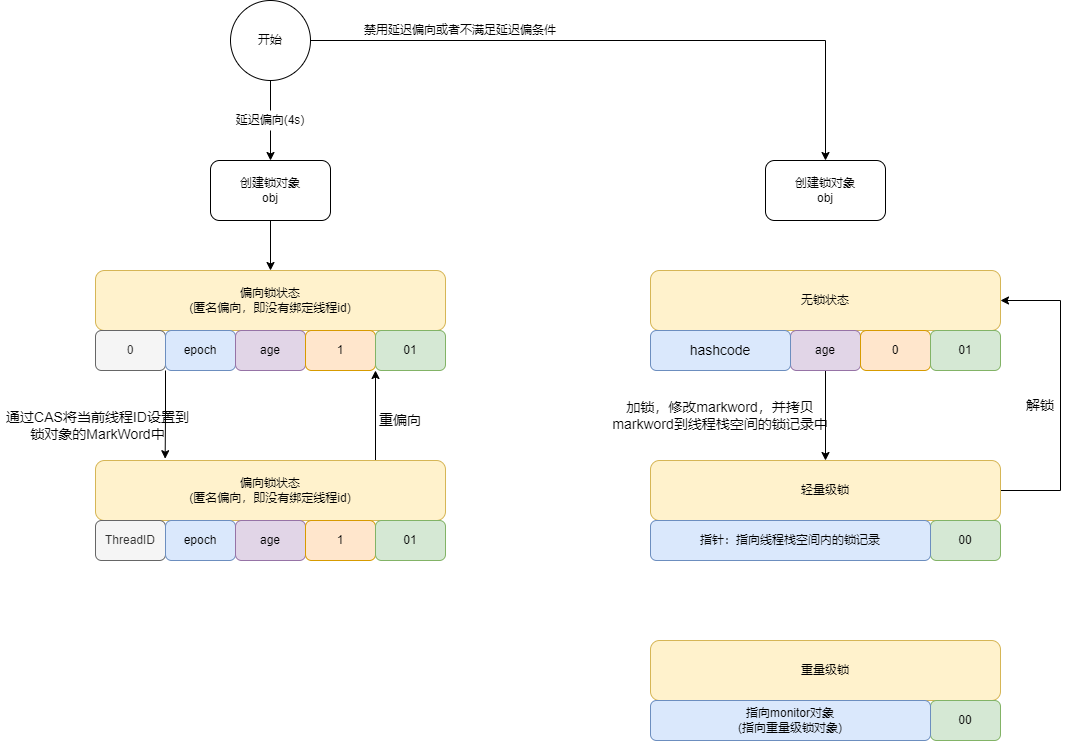
Above: 多线程与高并发/synchronized.png in LePeitiPrince/note-picture (draw.io), before the change. Source tidied: cells renumbered, new cells last; positions are measured from the earlier drawing's top-left corner, leaving out a move shared by most shapes.
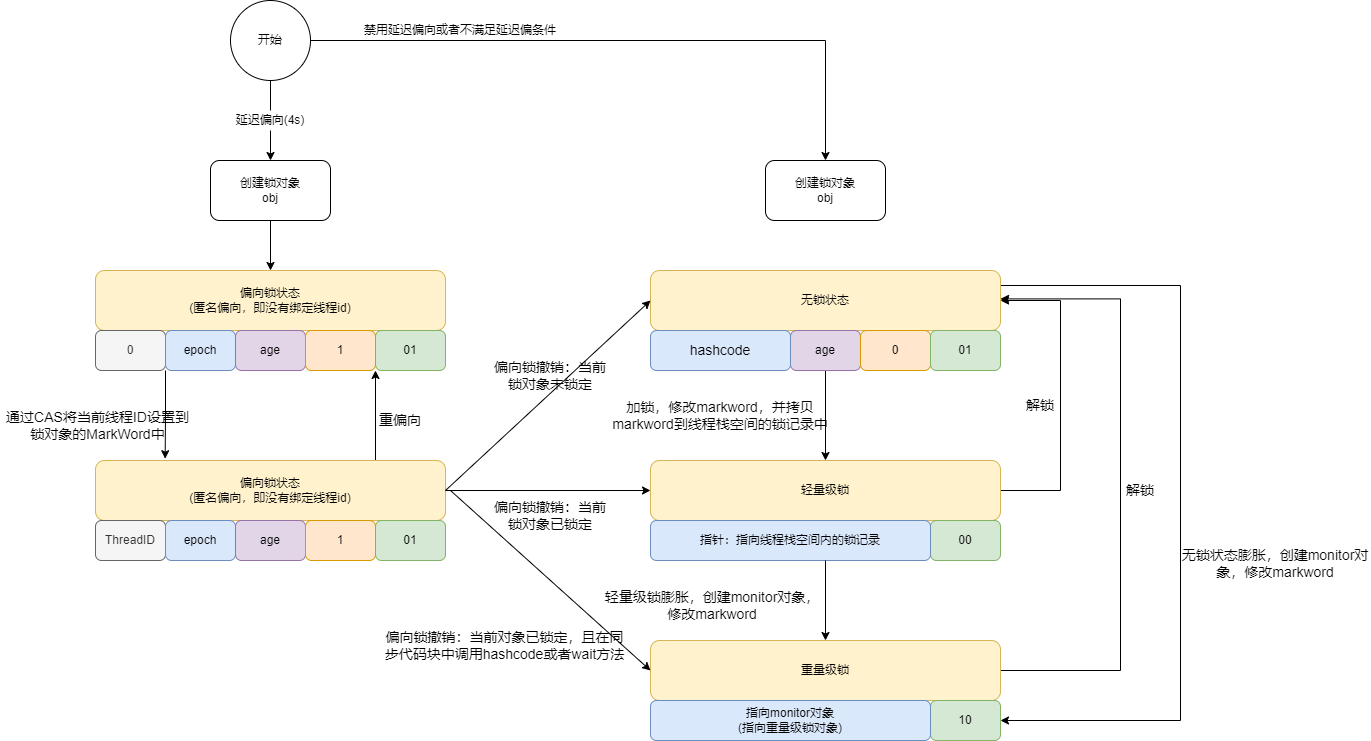
After the change.

Diff of the diagram source:
```diff
@@ -55,6 +55,14 @@
     <mxCell id="18" value="01" style="rounded=1;whiteSpace=wrap;html=1;fillColor=#d5e8d4;strokeColor=#82b366;" parent="1" vertex="1">
       <mxGeometry x="375" y="330" width="70" height="40" as="geometry" />
     </mxCell>
+    <mxCell id="42" style="edgeStyle=orthogonalEdgeStyle;rounded=0;jettySize=auto;html=1;exitX=1;exitY=0.25;exitDx=0;exitDy=0;entryX=1;entryY=0.5;entryDx=0;entryDy=0;fontSize=14;startArrow=none;startFill=0;endArrow=classic;endFill=1;" parent="1" edge="1" source="19" target="40">
+      <mxGeometry relative="1" as="geometry">
+        <Array as="points">
+          <mxPoint x="1180" y="285" />
+          <mxPoint x="1180" y="720" />
+        </Array>
+      </mxGeometry>
+    </mxCell>
     <mxCell id="19" value="无锁状态" style="rounded=1;whiteSpace=wrap;html=1;fillColor=#fff2cc;strokeColor=#d6b656;" parent="1" vertex="1">
       <mxGeometry x="650" y="270" width="350" height="60" as="geometry" />
     </mxCell>
@@ -120,14 +128,57 @@
     <mxCell id="38" value="解锁" style="text;html=1;strokeColor=none;fillColor=none;align=center;verticalAlign=middle;whiteSpace=wrap;rounded=0;fontSize=14;" parent="1" vertex="1">
       <mxGeometry x="1010" y="390" width="60" height="30" as="geometry" />
     </mxCell>
+    <mxCell id="43" style="edgeStyle=orthogonalEdgeStyle;rounded=0;jettySize=auto;html=1;exitX=0.5;exitY=0;exitDx=0;exitDy=0;entryX=0.625;entryY=1;entryDx=0;entryDy=0;entryPerimeter=0;fontSize=14;startArrow=classic;startFill=1;endArrow=none;endFill=0;" parent="1" edge="1" source="39" target="36">
+      <mxGeometry relative="1" as="geometry" />
+    </mxCell>
+    <mxCell id="44" style="edgeStyle=orthogonalEdgeStyle;rounded=0;jettySize=auto;html=1;exitX=1;exitY=0.5;exitDx=0;exitDy=0;fontSize=14;startArrow=none;startFill=0;endArrow=classic;endFill=1;" parent="1" edge="1" source="39">
+      <mxGeometry relative="1" as="geometry">
+        <mxPoint x="1000" y="298.4" as="targetPoint" />
+        <Array as="points">
+          <mxPoint x="1120" y="670" />
+          <mxPoint x="1120" y="298" />
+        </Array>
+      </mxGeometry>
+    </mxCell>
     <mxCell id="39" value="重量级锁" style="rounded=1;whiteSpace=wrap;html=1;fillColor=#fff2cc;strokeColor=#d6b656;" parent="1" vertex="1">
       <mxGeometry x="650" y="640" width="350" height="60" as="geometry" />
     </mxCell>
-    <mxCell id="40" value="00" style="rounded=1;whiteSpace=wrap;html=1;fillColor=#d5e8d4;strokeColor=#82b366;" parent="1" vertex="1">
+    <mxCell id="40" value="10" style="rounded=1;whiteSpace=wrap;html=1;fillColor=#d5e8d4;strokeColor=#82b366;" parent="1" vertex="1">
       <mxGeometry x="930" y="700" width="70" height="40" as="geometry" />
     </mxCell>
     <mxCell id="41" value="指向monitor对象&lt;br&gt;(指向重量级锁对象)" style="rounded=1;whiteSpace=wrap;html=1;fillColor=#dae8fc;strokeColor=#6c8ebf;" parent="1" vertex="1">
       <mxGeometry x="650" y="700" width="280" height="40" as="geometry" />
     </mxCell>
+    <mxCell id="45" value="&lt;font style=&quot;font-size: 14px&quot;&gt;轻量级锁膨胀，创建monitor对象，修改markword&lt;/font&gt;" style="text;html=1;strokeColor=none;fillColor=none;align=center;verticalAlign=middle;whiteSpace=wrap;rounded=0;" parent="1" vertex="1">
+      <mxGeometry x="601.2" y="590" width="222" height="30" as="geometry" />
+    </mxCell>
+    <mxCell id="46" value="解锁" style="text;html=1;strokeColor=none;fillColor=none;align=center;verticalAlign=middle;whiteSpace=wrap;rounded=0;fontSize=14;" parent="1" vertex="1">
+      <mxGeometry x="1110" y="475" width="60" height="30" as="geometry" />
+    </mxCell>
+    <mxCell id="47" value="无锁状态膨胀，创建monitor对象，修改markword" style="text;html=1;strokeColor=none;fillColor=none;align=center;verticalAlign=middle;whiteSpace=wrap;rounded=0;fontSize=14;" parent="1" vertex="1">
+      <mxGeometry x="1180" y="545" width="190" height="35" as="geometry" />
+    </mxCell>
+    <mxCell id="48" style="endArrow=classic;html=1;rounded=0;fontSize=14;entryX=0;entryY=0.5;entryDx=0;entryDy=0;" parent="1" edge="1" target="19">
+      <mxGeometry relative="1" as="geometry">
+        <mxPoint x="445" y="490" as="sourcePoint" />
+      </mxGeometry>
+    </mxCell>
+    <mxCell id="49" value="偏向锁撤销：当前锁对象未锁定" style="text;html=1;strokeColor=none;fillColor=none;align=center;verticalAlign=middle;whiteSpace=wrap;rounded=0;fontSize=14;" parent="1" vertex="1">
+      <mxGeometry x="490" y="360" width="120" height="30" as="geometry" />
+    </mxCell>
+    <mxCell id="50" style="endArrow=classic;html=1;rounded=0;fontSize=14;exitX=1;exitY=0.5;exitDx=0;exitDy=0;entryX=0;entryY=0.5;entryDx=0;entryDy=0;" parent="1" edge="1" source="24" target="34">
+      <mxGeometry relative="1" as="geometry" />
+    </mxCell>
+    <mxCell id="51" value="偏向锁撤销：当前锁对象已锁定" style="text;html=1;strokeColor=none;fillColor=none;align=center;verticalAlign=middle;whiteSpace=wrap;rounded=0;fontSize=14;" parent="1" vertex="1">
+      <mxGeometry x="490" y="500" width="120" height="30" as="geometry" />
+    </mxCell>
+    <mxCell id="52" style="endArrow=classic;html=1;rounded=0;fontSize=14;entryX=0;entryY=0.5;entryDx=0;entryDy=0;" parent="1" edge="1" target="39">
+      <mxGeometry relative="1" as="geometry">
+        <mxPoint x="450" y="490" as="sourcePoint" />
+      </mxGeometry>
+    </mxCell>
+    <mxCell id="53" value="偏向锁撤销：当前对象已锁定，且在同步代码块中调用hashcode或者wait方法" style="text;html=1;strokeColor=none;fillColor=none;align=center;verticalAlign=middle;whiteSpace=wrap;rounded=0;fontSize=14;" parent="1" vertex="1">
+      <mxGeometry x="380" y="630" width="248.8" height="30" as="geometry" />
+    </mxCell>
   </root>
 </mxGraphModel>
```
